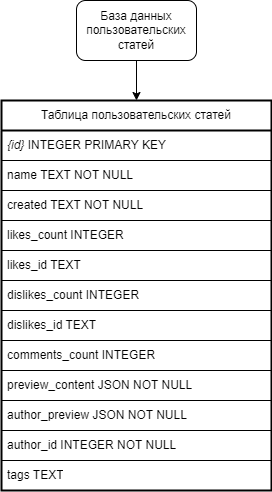
The draw.io diagram server/doc/source/images/articles.drawio.png in abnormalize0/DailyTeleFrog, before a commit. Source tidied: cells renumbered, new cells last; positions are measured from the earlier drawing's top-left corner, leaving out a move shared by most shapes.
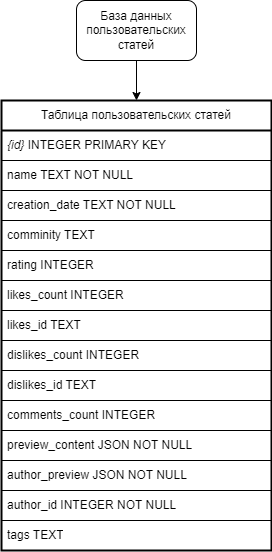
The same file after the commit.

Change to the diagram source:
```diff
@@ -9,7 +9,7 @@
       <mxGeometry x="75" width="120" height="60" as="geometry" />
     </mxCell>
     <mxCell id="4" value="Таблица пользовательских статей" style="swimlane;fontStyle=0;horizontal=1;startSize=30;whiteSpace=wrap;html=1;swimlaneLine=1;glass=0;strokeWidth=2;" parent="1" vertex="1">
-      <mxGeometry y="100" width="270" height="390" as="geometry" />
+      <mxGeometry y="100" width="270" height="450" as="geometry" />
     </mxCell>
     <mxCell id="5" value="&lt;i&gt;{id}&lt;/i&gt; INTEGER PRIMARY KEY" style="text;strokeColor=default;fillColor=none;align=left;verticalAlign=middle;spacingLeft=4;spacingRight=4;overflow=hidden;whiteSpace=wrap;html=1;labelBorderColor=none;" parent="4" vertex="1">
       <mxGeometry y="30" width="270" height="30" as="geometry" />
@@ -17,35 +17,41 @@
     <mxCell id="6" value="name TEXT NOT NULL" style="text;strokeColor=default;fillColor=none;align=left;verticalAlign=middle;spacingLeft=4;spacingRight=4;overflow=hidden;whiteSpace=wrap;html=1;" parent="4" vertex="1">
       <mxGeometry y="60" width="270" height="30" as="geometry" />
     </mxCell>
-    <mxCell id="7" value="created TEXT NOT NULL" style="text;strokeColor=default;fillColor=none;align=left;verticalAlign=middle;spacingLeft=4;spacingRight=4;overflow=hidden;whiteSpace=wrap;html=1;" parent="4" vertex="1">
+    <mxCell id="7" value="creation_date TEXT NOT NULL" style="text;strokeColor=default;fillColor=none;align=left;verticalAlign=middle;spacingLeft=4;spacingRight=4;overflow=hidden;whiteSpace=wrap;html=1;" parent="4" vertex="1">
       <mxGeometry y="90" width="270" height="30" as="geometry" />
     </mxCell>
+    <mxCell id="17" value="comminity TEXT" style="text;strokeColor=default;fillColor=none;align=left;verticalAlign=middle;spacingLeft=4;spacingRight=4;overflow=hidden;whiteSpace=wrap;html=1;" parent="4" vertex="1">
+      <mxGeometry y="120" width="270" height="30" as="geometry" />
+    </mxCell>
+    <mxCell id="18" value="rating INTEGER" style="text;strokeColor=default;fillColor=none;align=left;verticalAlign=middle;spacingLeft=4;spacingRight=4;overflow=hidden;whiteSpace=wrap;html=1;" parent="4" vertex="1">
+      <mxGeometry y="150" width="270" height="30" as="geometry" />
+    </mxCell>
     <mxCell id="8" value="likes_count INTEGER" style="text;strokeColor=default;fillColor=none;align=left;verticalAlign=middle;spacingLeft=4;spacingRight=4;overflow=hidden;whiteSpace=wrap;html=1;" parent="4" vertex="1">
-      <mxGeometry y="120" width="270" height="30" as="geometry" />
+      <mxGeometry y="180" width="270" height="30" as="geometry" />
     </mxCell>
     <mxCell id="9" value="likes_id TEXT" style="text;strokeColor=default;fillColor=none;align=left;verticalAlign=middle;spacingLeft=4;spacingRight=4;overflow=hidden;whiteSpace=wrap;html=1;" parent="4" vertex="1">
-      <mxGeometry y="150" width="270" height="30" as="geometry" />
+      <mxGeometry y="210" width="270" height="30" as="geometry" />
     </mxCell>
     <mxCell id="10" value="dislikes_count INTEGER" style="text;strokeColor=default;fillColor=none;align=left;verticalAlign=middle;spacingLeft=4;spacingRight=4;overflow=hidden;whiteSpace=wrap;html=1;" parent="4" vertex="1">
-      <mxGeometry y="180" width="270" height="30" as="geometry" />
+      <mxGeometry y="240" width="270" height="30" as="geometry" />
     </mxCell>
     <mxCell id="11" value="dislikes_id TEXT" style="text;strokeColor=default;fillColor=none;align=left;verticalAlign=middle;spacingLeft=4;spacingRight=4;overflow=hidden;whiteSpace=wrap;html=1;" parent="4" vertex="1">
-      <mxGeometry y="210" width="270" height="30" as="geometry" />
+      <mxGeometry y="270" width="270" height="30" as="geometry" />
     </mxCell>
     <mxCell id="12" value="comments_count INTEGER" style="text;strokeColor=default;fillColor=none;align=left;verticalAlign=middle;spacingLeft=4;spacingRight=4;overflow=hidden;whiteSpace=wrap;html=1;" parent="4" vertex="1">
-      <mxGeometry y="240" width="270" height="30" as="geometry" />
+      <mxGeometry y="300" width="270" height="30" as="geometry" />
     </mxCell>
     <mxCell id="13" value="preview_content JSON NOT NULL" style="text;strokeColor=default;fillColor=none;align=left;verticalAlign=middle;spacingLeft=4;spacingRight=4;overflow=hidden;whiteSpace=wrap;html=1;" parent="4" vertex="1">
-      <mxGeometry y="270" width="270" height="30" as="geometry" />
+      <mxGeometry y="330" width="270" height="30" as="geometry" />
     </mxCell>
     <mxCell id="14" value="author_preview JSON NOT NULL" style="text;strokeColor=default;fillColor=none;align=left;verticalAlign=middle;spacingLeft=4;spacingRight=4;overflow=hidden;whiteSpace=wrap;html=1;" parent="4" vertex="1">
-      <mxGeometry y="300" width="270" height="30" as="geometry" />
+      <mxGeometry y="360" width="270" height="30" as="geometry" />
     </mxCell>
     <mxCell id="15" value="author_id INTEGER NOT NULL" style="text;strokeColor=default;fillColor=none;align=left;verticalAlign=middle;spacingLeft=4;spacingRight=4;overflow=hidden;whiteSpace=wrap;html=1;" parent="4" vertex="1">
-      <mxGeometry y="330" width="270" height="30" as="geometry" />
+      <mxGeometry y="390" width="270" height="30" as="geometry" />
     </mxCell>
     <mxCell id="16" value="tags TEXT" style="text;strokeColor=default;fillColor=none;align=left;verticalAlign=middle;spacingLeft=4;spacingRight=4;overflow=hidden;whiteSpace=wrap;html=1;" parent="4" vertex="1">
-      <mxGeometry y="360" width="270" height="30" as="geometry" />
+      <mxGeometry y="420" width="270" height="30" as="geometry" />
     </mxCell>
   </root>
 </mxGraphModel>
```
